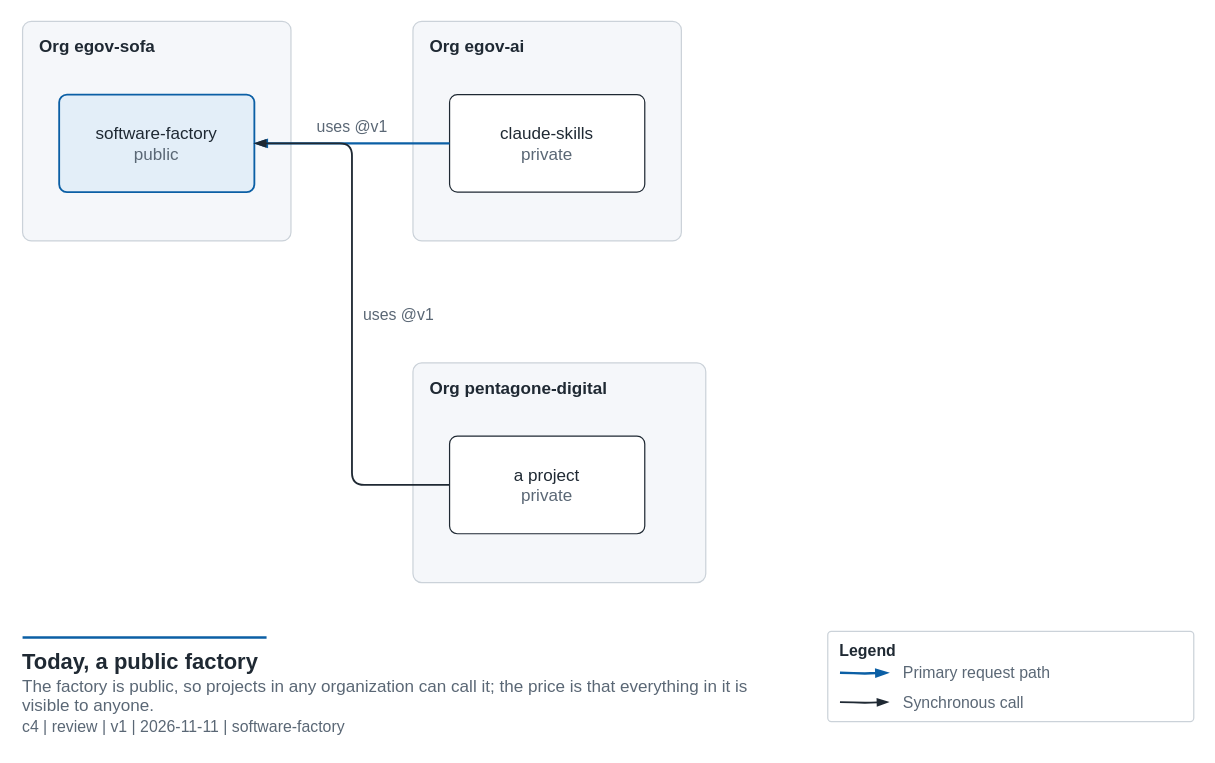
egov-sofa/software-factory keeps this draw.io diagram as page "Today" (1 of 3) of docs/diagrams/cross-org-access.drawio. Above is the earlier version. Source tidied: cells renumbered, new cells numbered last; positions are measured from the earlier drawing's top-left corner, leaving out a move shared by most shapes. Both pictures are drawn from the tidied source at 122%, with x=0, y=0 at pixel (22, 21).
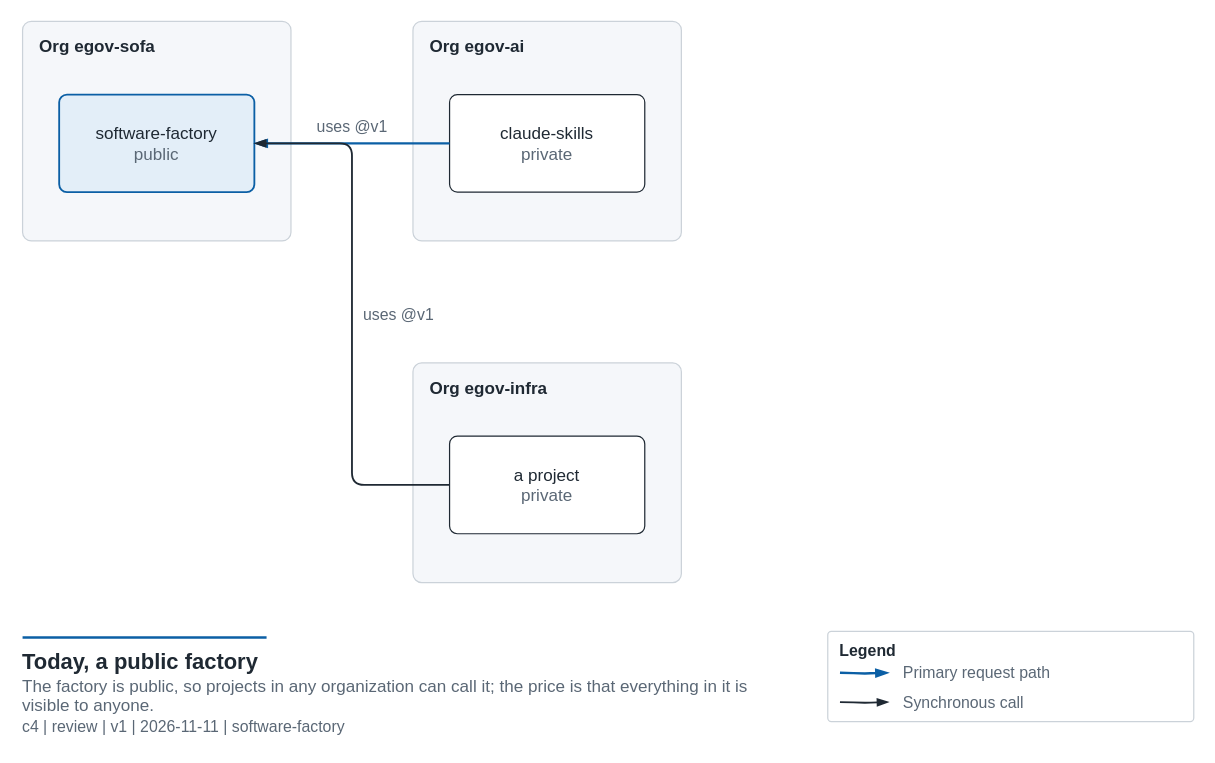
Above is the later version.

Change to the diagram source:
```diff
@@
     <mxCell id="4" style="group;fillColor=none;strokeColor=none;" parent="1" vertex="1">
-      <mxGeometry x="320" width="240" height="460" as="geometry" />
+      <mxGeometry x="320" width="220" height="460" as="geometry" />
     </mxCell>
@@
-    <mxCell id="7" value="Org pentagone-digital" style="rounded=1;arcSize=4;whiteSpace=wrap;html=1;fillColor=#F5F7FA;strokeColor=#CBD2D9;strokeWidth=1;fontSize=14;fontStyle=1;fontColor=#1F2933;verticalAlign=top;align=left;spacingLeft=12;spacingTop=6;" parent="4" vertex="1">
-      <mxGeometry y="280" width="240" height="180" as="geometry" />
+    <mxCell id="7" value="Org egov-infra" style="rounded=1;arcSize=4;whiteSpace=wrap;html=1;fillColor=#F5F7FA;strokeColor=#CBD2D9;strokeWidth=1;fontSize=14;fontStyle=1;fontColor=#1F2933;verticalAlign=top;align=left;spacingLeft=12;spacingTop=6;" parent="4" vertex="1">
+      <mxGeometry y="280" width="220" height="180" as="geometry" />
     </mxCell>
```
